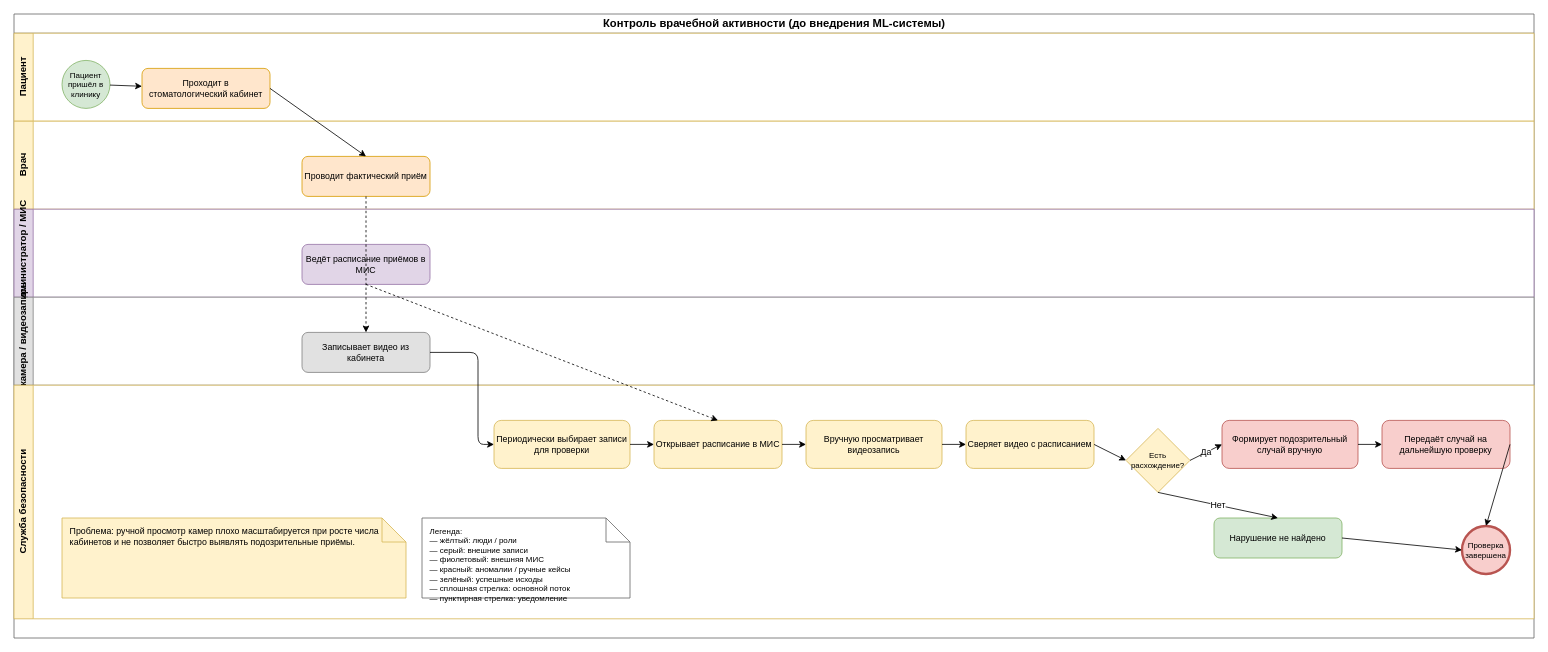
Above: diagrams/source/bpmn-before.drawio in AnastasyaDedkova/project-ml-video-analytics (draw.io), before the change. Source tidied: cells renumbered, new cells numbered last; positions are measured from the earlier drawing's top-left corner, leaving out a move shared by most shapes. Both pictures are drawn from the tidied source at 80%, with x=0, y=0 at pixel (14, 14).
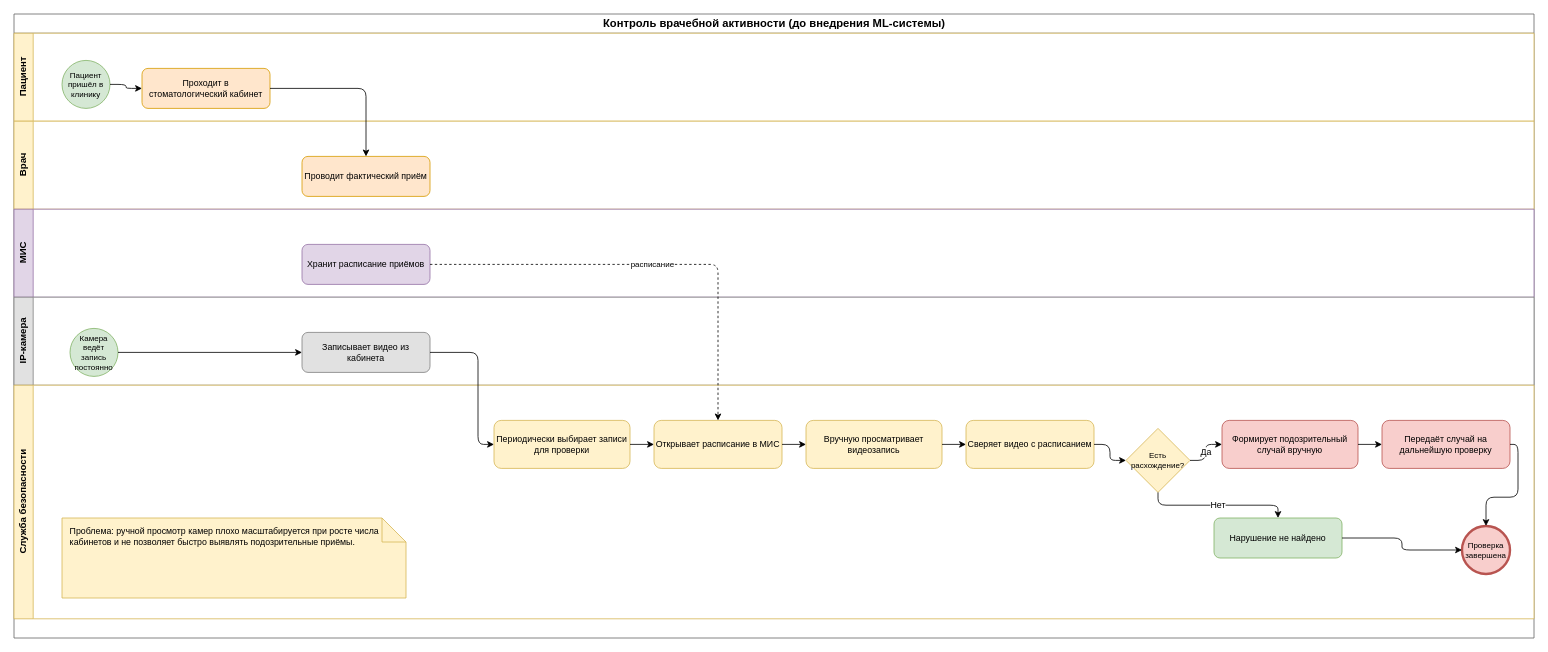
Above is the later version.

Commit message (it also covers changes not shown here):
диаграммы bpmn, er, uml

The change refers to these unchanged cells:
```xml
<mxCell id="2" value="Контроль врачебной активности (до внедрения ML-системы)" style="shape=swimlane;html=1;startSize=24;fontSize=14;fontStyle=1;fillColor=#FFFFFF;strokeColor=#666666;" parent="1" vertex="1">
  <mxGeometry width="1900" height="780" as="geometry" />
</mxCell>
<mxCell id="8" value="Пациент пришёл в клинику" style="ellipse;html=1;fillColor=#D5E8D4;strokeColor=#82B366;fontSize=10;whiteSpace=wrap;" parent="2" vertex="1">
  <mxGeometry x="60" y="58" width="60" height="60" as="geometry" />
</mxCell>
<mxCell id="9" value="Проходит в стоматологический кабинет" style="rounded=1;whiteSpace=wrap;html=1;fillColor=#FFE6CC;strokeColor=#D79B00;fontSize=11;" parent="2" vertex="1">
  <mxGeometry x="160" y="68" width="160" height="50" as="geometry" />
</mxCell>
<mxCell id="10" value="Проводит фактический приём" style="rounded=1;whiteSpace=wrap;html=1;fillColor=#FFE6CC;strokeColor=#D79B00;fontSize=11;" parent="2" vertex="1">
  <mxGeometry x="360" y="178" width="160" height="50" as="geometry" />
</mxCell>
<mxCell id="12" value="Записывает видео из кабинета" style="rounded=1;whiteSpace=wrap;html=1;fillColor=#E1E1E1;strokeColor=#808080;fontSize=11;" parent="2" vertex="1">
  <mxGeometry x="360" y="398" width="160" height="50" as="geometry" />
</mxCell>
<mxCell id="13" value="Периодически выбирает записи для проверки" style="rounded=1;whiteSpace=wrap;html=1;fillColor=#FFF2CC;strokeColor=#D6B656;fontSize=11;" parent="2" vertex="1">
  <mxGeometry x="600" y="508" width="170" height="60" as="geometry" />
</mxCell>
<mxCell id="14" value="Открывает расписание в МИС" style="rounded=1;whiteSpace=wrap;html=1;fillColor=#FFF2CC;strokeColor=#D6B656;fontSize=11;" parent="2" vertex="1">
  <mxGeometry x="800" y="508" width="160" height="60" as="geometry" />
</mxCell>
<mxCell id="15" value="Вручную просматривает видеозапись" style="rounded=1;whiteSpace=wrap;html=1;fillColor=#FFF2CC;strokeColor=#D6B656;fontSize=11;" parent="2" vertex="1">
  <mxGeometry x="990" y="508" width="170" height="60" as="geometry" />
</mxCell>
<mxCell id="16" value="Сверяет видео с расписанием" style="rounded=1;whiteSpace=wrap;html=1;fillColor=#FFF2CC;strokeColor=#D6B656;fontSize=11;" parent="2" vertex="1">
  <mxGeometry x="1190" y="508" width="160" height="60" as="geometry" />
</mxCell>
<mxCell id="17" value="Есть&#10;расхождение?" style="rhombus;whiteSpace=wrap;html=1;fillColor=#FFF2CC;strokeColor=#D6B656;fontSize=10;" parent="2" vertex="1">
  <mxGeometry x="1390" y="518" width="80" height="80" as="geometry" />
</mxCell>
<mxCell id="18" value="Нарушение не найдено" style="rounded=1;whiteSpace=wrap;html=1;fillColor=#D5E8D4;strokeColor=#82B366;fontSize=11;" parent="2" vertex="1">
  <mxGeometry x="1500" y="630" width="160" height="50" as="geometry" />
</mxCell>
<mxCell id="19" value="Формирует подозрительный случай вручную" style="rounded=1;whiteSpace=wrap;html=1;fillColor=#F8CECC;strokeColor=#B85450;fontSize=11;" parent="2" vertex="1">
  <mxGeometry x="1510" y="508" width="170" height="60" as="geometry" />
</mxCell>
<mxCell id="20" value="Передаёт случай на дальнейшую проверку" style="rounded=1;whiteSpace=wrap;html=1;fillColor=#F8CECC;strokeColor=#B85450;fontSize=11;" parent="2" vertex="1">
  <mxGeometry x="1710" y="508" width="160" height="60" as="geometry" />
</mxCell>
<mxCell id="21" value="Проверка завершена" style="ellipse;html=1;fillColor=#F8CECC;strokeColor=#B85450;strokeWidth=3;fontSize=10;whiteSpace=wrap;" parent="2" vertex="1">
  <mxGeometry x="1810" y="640" width="60" height="60" as="geometry" />
</mxCell>
```

What changed in the source:
```diff
@@
-    <mxCell id="5" value="Администратор / МИС" style="shape=swimlane;html=1;horizontal=0;startSize=24;fontSize=12;fontStyle=1;fillColor=#E1D5E7;strokeColor=#9673A6;swimlaneFillColor=#FFFFFF;" parent="2" vertex="1">
+    <mxCell id="5" value="МИС" style="shape=swimlane;html=1;horizontal=0;startSize=24;fontSize=12;fontStyle=1;fillColor=#E1D5E7;strokeColor=#9673A6;swimlaneFillColor=#FFFFFF;" parent="2" vertex="1">
       <mxGeometry y="244" width="1900" height="110" as="geometry" />
     </mxCell>
-    <mxCell id="6" value="IP-камера / видеозапись" style="shape=swimlane;html=1;horizontal=0;startSize=24;fontSize=12;fontStyle=1;fillColor=#E1E1E1;strokeColor=#808080;swimlaneFillColor=#FFFFFF;" parent="2" vertex="1">
+    <mxCell id="6" value="IP-камера" style="shape=swimlane;html=1;horizontal=0;startSize=24;fontSize=12;fontStyle=1;fillColor=#E1E1E1;strokeColor=#808080;swimlaneFillColor=#FFFFFF;" parent="2" vertex="1">
       <mxGeometry y="354" width="1900" height="110" as="geometry" />
     </mxCell>
@@
-    <mxCell id="11" value="Ведёт расписание приёмов в МИС" style="rounded=1;whiteSpace=wrap;html=1;fillColor=#E1D5E7;strokeColor=#9673A6;fontSize=11;" parent="2" vertex="1">
+    <mxCell id="11" value="Хранит расписание приёмов" style="rounded=1;whiteSpace=wrap;html=1;fillColor=#E1D5E7;strokeColor=#9673A6;fontSize=11;" parent="2" vertex="1">
       <mxGeometry x="360" y="288" width="160" height="50" as="geometry" />
     </mxCell>
+    <mxCell id="38" value="Камера ведёт запись постоянно" style="ellipse;html=1;fillColor=#D5E8D4;strokeColor=#82B366;fontSize=10;whiteSpace=wrap;" parent="2" vertex="1">
+      <mxGeometry x="70" y="393" width="60" height="60" as="geometry" />
+    </mxCell>
@@
-    <mxCell id="23" value="Легенда:&#10;— жёлтый: люди / роли&#10;— серый: внешние записи&#10;— фиолетовый: внешняя МИС&#10;— красный: аномалии / ручные кейсы&#10;— зелёный: успешные исходы&#10;— сплошная стрелка: основной поток&#10;— пунктирная стрелка: уведомление" style="shape=note;whiteSpace=wrap;html=1;fillColor=#FFFFFF;strokeColor=#666666;fontSize=10;align=left;verticalAlign=top;spacingLeft=8;spacingTop=4;" parent="2" vertex="1">
-      <mxGeometry x="510" y="630" width="260" height="100" as="geometry" />
-    </mxCell>
-    <mxCell id="24" style="endArrow=classic;html=1;" parent="2" edge="1" source="8" target="9">
+    <mxCell id="24" style="endArrow=classic;html=1;edgeStyle=orthogonalEdgeStyle;rounded=1;" parent="2" edge="1" source="8" target="9">
       <mxGeometry relative="1" as="geometry" />
     </mxCell>
-    <mxCell id="25" style="endArrow=classic;html=1;exitX=1;exitY=0.5;entryX=0.5;entryY=0;" parent="2" edge="1" source="9" target="10">
+    <mxCell id="25" style="endArrow=classic;html=1;edgeStyle=orthogonalEdgeStyle;rounded=1;exitX=1;exitY=0.5;entryX=0.5;entryY=0;" parent="2" edge="1" source="9" target="10">
       <mxGeometry relative="1" as="geometry" />
     </mxCell>
-    <mxCell id="26" style="endArrow=classic;html=1;dashed=1;exitX=0.5;exitY=1;entryX=0.5;entryY=0;" parent="2" edge="1" source="10" target="12">
-      <mxGeometry relative="1" as="geometry" />
-    </mxCell>
+    <mxCell id="39" style="endArrow=classic;html=1;edgeStyle=orthogonalEdgeStyle;rounded=1;exitX=1;exitY=0.5;entryX=0;entryY=0.5;" parent="2" edge="1" source="38" target="12">
+      <mxGeometry relative="1" as="geometry" />
+    </mxCell>
-    <mxCell id="27" style="endArrow=classic;html=1;dashed=1;exitX=0.5;exitY=1;entryX=0.5;entryY=0;" parent="2" edge="1" source="11" target="14">
-      <mxGeometry relative="1" as="geometry" />
+    <mxCell id="27" value="расписание" style="endArrow=classic;html=1;edgeStyle=orthogonalEdgeStyle;rounded=1;dashed=1;exitX=1;exitY=0.5;entryX=0.5;entryY=0;fontSize=10;labelBackgroundColor=#FFFFFF;" parent="2" edge="1" source="11" target="14">
+      <mxGeometry relative="1" as="geometry">
+        <Array as="points">
+          <mxPoint x="880" y="313" />
+        </Array>
+      </mxGeometry>
     </mxCell>
-    <mxCell id="28" style="endArrow=classic;html=1;exitX=1;exitY=0.5;entryX=0;entryY=0.5;" parent="2" edge="1" source="12" target="13">
+    <mxCell id="28" style="endArrow=classic;html=1;edgeStyle=orthogonalEdgeStyle;rounded=1;exitX=1;exitY=0.5;entryX=0;entryY=0.5;" parent="2" edge="1" source="12" target="13">
       <mxGeometry relative="1" as="geometry">
         <Array as="points">
           <mxPoint x="580" y="423" />
           <mxPoint x="580" y="538" />
         </Array>
       </mxGeometry>
     </mxCell>
-    <mxCell id="29" style="endArrow=classic;html=1;exitX=1;exitY=0.5;entryX=0;entryY=0.5;" parent="2" edge="1" source="13" target="14">
+    <mxCell id="29" style="endArrow=classic;html=1;edgeStyle=orthogonalEdgeStyle;rounded=1;exitX=1;exitY=0.5;entryX=0;entryY=0.5;" parent="2" edge="1" source="13" target="14">
       <mxGeometry relative="1" as="geometry" />
     </mxCell>
-    <mxCell id="30" style="endArrow=classic;html=1;exitX=1;exitY=0.5;entryX=0;entryY=0.5;" parent="2" edge="1" source="14" target="15">
+    <mxCell id="30" style="endArrow=classic;html=1;edgeStyle=orthogonalEdgeStyle;rounded=1;exitX=1;exitY=0.5;entryX=0;entryY=0.5;" parent="2" edge="1" source="14" target="15">
       <mxGeometry relative="1" as="geometry" />
     </mxCell>
-    <mxCell id="31" style="endArrow=classic;html=1;exitX=1;exitY=0.5;entryX=0;entryY=0.5;" parent="2" edge="1" source="15" target="16">
+    <mxCell id="31" style="endArrow=classic;html=1;edgeStyle=orthogonalEdgeStyle;rounded=1;exitX=1;exitY=0.5;entryX=0;entryY=0.5;" parent="2" edge="1" source="15" target="16">
       <mxGeometry relative="1" as="geometry" />
     </mxCell>
-    <mxCell id="32" style="endArrow=classic;html=1;exitX=1;exitY=0.5;entryX=0;entryY=0.5;" parent="2" edge="1" source="16" target="17">
+    <mxCell id="32" style="endArrow=classic;html=1;edgeStyle=orthogonalEdgeStyle;rounded=1;exitX=1;exitY=0.5;entryX=0;entryY=0.5;" parent="2" edge="1" source="16" target="17">
       <mxGeometry relative="1" as="geometry" />
     </mxCell>
-    <mxCell id="33" value="Да" style="endArrow=classic;html=1;exitX=1;exitY=0.5;entryX=0;entryY=0.5;fontSize=11;" parent="2" edge="1" source="17" target="19">
+    <mxCell id="33" value="Да" style="endArrow=classic;html=1;edgeStyle=orthogonalEdgeStyle;rounded=1;exitX=1;exitY=0.5;entryX=0;entryY=0.5;fontSize=11;" parent="2" edge="1" source="17" target="19">
       <mxGeometry relative="1" as="geometry" />
     </mxCell>
-    <mxCell id="34" value="Нет" style="endArrow=classic;html=1;exitX=0.5;exitY=1;entryX=0.5;entryY=0;fontSize=11;" parent="2" edge="1" source="17" target="18">
+    <mxCell id="34" value="Нет" style="endArrow=classic;html=1;edgeStyle=orthogonalEdgeStyle;rounded=1;exitX=0.5;exitY=1;entryX=0.5;entryY=0;fontSize=11;" parent="2" edge="1" source="17" target="18">
       <mxGeometry relative="1" as="geometry" />
     </mxCell>
-    <mxCell id="35" style="endArrow=classic;html=1;exitX=1;exitY=0.5;entryX=0;entryY=0.5;" parent="2" edge="1" source="19" target="20">
+    <mxCell id="35" style="endArrow=classic;html=1;edgeStyle=orthogonalEdgeStyle;rounded=1;exitX=1;exitY=0.5;entryX=0;entryY=0.5;" parent="2" edge="1" source="19" target="20">
       <mxGeometry relative="1" as="geometry" />
     </mxCell>
-    <mxCell id="36" style="endArrow=classic;html=1;exitX=1;exitY=0.5;entryX=0.5;entryY=0;" parent="2" edge="1" source="20" target="21">
+    <mxCell id="36" style="endArrow=classic;html=1;edgeStyle=orthogonalEdgeStyle;rounded=1;exitX=1;exitY=0.5;entryX=0.5;entryY=0;" parent="2" edge="1" source="20" target="21">
       <mxGeometry relative="1" as="geometry" />
     </mxCell>
-    <mxCell id="37" style="endArrow=classic;html=1;exitX=1;exitY=0.5;entryX=0;entryY=0.5;" parent="2" edge="1" source="18" target="21">
+    <mxCell id="37" style="endArrow=classic;html=1;edgeStyle=orthogonalEdgeStyle;rounded=1;exitX=1;exitY=0.5;entryX=0;entryY=0.5;" parent="2" edge="1" source="18" target="21">
       <mxGeometry relative="1" as="geometry" />
     </mxCell>
```
